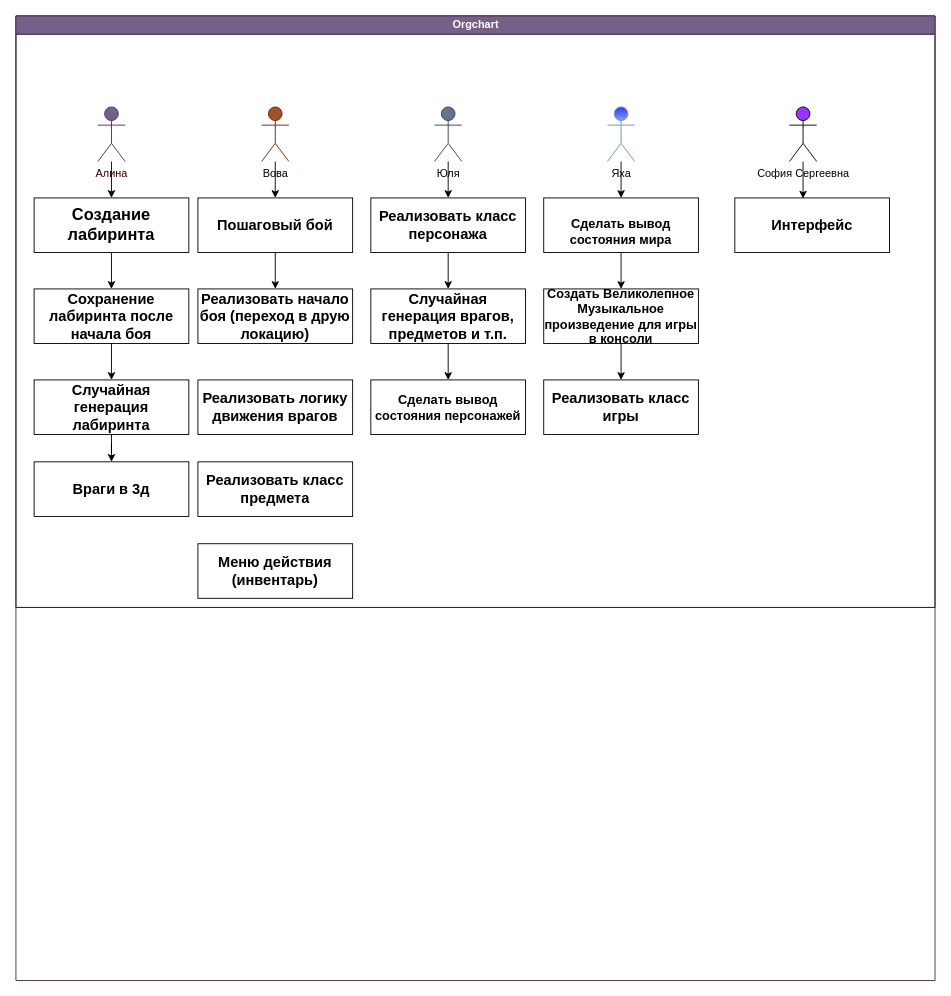
Earlier version of the draw.io diagram Диаграмма без названия.drawio (Mopcs/RogueLike-C-). Source tidied: cells renumbered, new cells numbered last; positions are measured from the earlier drawing's top-left corner, leaving out a move shared by most shapes. Both pictures are drawn from the tidied source at 91%, with x=0, y=0 at pixel (15, 15).
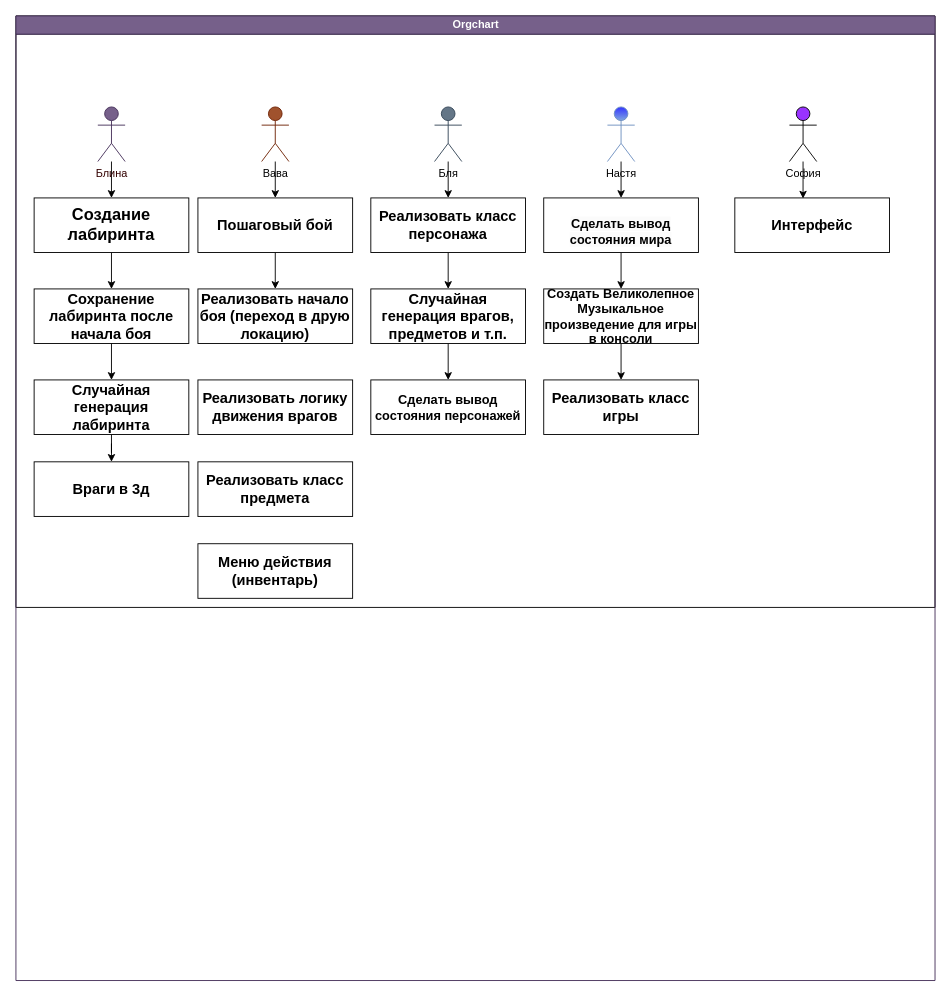
The same page after the edit.

Commit message:
вот они слева направо

The change refers to these unchanged cells:
```xml
<mxCell id="3" value="Orgchart" style="swimlane;html=1;startSize=20;horizontal=1;containerType=tree;glass=0;fillColor=#76608a;fontColor=#ffffff;strokeColor=#432D57;" parent="1" vertex="1">
  <mxGeometry width="1010" height="1060" as="geometry" />
</mxCell>
```

Diff of the diagram source:
```diff
@@
-    <mxCell id="24" value="&lt;font color=&quot;#330000&quot;&gt;Алина&lt;/font&gt;" style="shape=umlActor;verticalLabelPosition=bottom;verticalAlign=top;html=1;outlineConnect=0;fillColor=#76608a;strokeColor=#432D57;fontColor=#ffffff;" parent="3" vertex="1">
+    <mxCell id="24" value="&lt;font color=&quot;#330000&quot;&gt;Блина&lt;/font&gt;" style="shape=umlActor;verticalLabelPosition=bottom;verticalAlign=top;html=1;outlineConnect=0;fillColor=#76608a;strokeColor=#432D57;fontColor=#ffffff;" parent="3" vertex="1">
       <mxGeometry x="90" y="100" width="30" height="60" as="geometry" />
     </mxCell>
@@
-    <mxCell id="26" value="&lt;font color=&quot;#000000&quot;&gt;Вова&lt;/font&gt;" style="shape=umlActor;verticalLabelPosition=bottom;verticalAlign=top;html=1;outlineConnect=0;fillColor=#a0522d;fontColor=#ffffff;strokeColor=#6D1F00;" parent="3" vertex="1">
+    <mxCell id="26" value="&lt;font color=&quot;#000000&quot;&gt;Вава&lt;/font&gt;" style="shape=umlActor;verticalLabelPosition=bottom;verticalAlign=top;html=1;outlineConnect=0;fillColor=#a0522d;fontColor=#ffffff;strokeColor=#6D1F00;" parent="3" vertex="1">
       <mxGeometry x="270" y="100" width="30" height="60" as="geometry" />
     </mxCell>
@@
-    <mxCell id="28" value="&lt;font color=&quot;#000000&quot;&gt;Юля&lt;/font&gt;" style="shape=umlActor;verticalLabelPosition=bottom;verticalAlign=top;html=1;outlineConnect=0;fillColor=#647687;fontColor=#ffffff;strokeColor=#314354;" parent="3" vertex="1">
+    <mxCell id="28" value="&lt;font color=&quot;#000000&quot;&gt;Бля&lt;/font&gt;" style="shape=umlActor;verticalLabelPosition=bottom;verticalAlign=top;html=1;outlineConnect=0;fillColor=#647687;fontColor=#ffffff;strokeColor=#314354;" parent="3" vertex="1">
       <mxGeometry x="460" y="100" width="30" height="60" as="geometry" />
     </mxCell>
@@
-    <mxCell id="30" value="Яха" style="shape=umlActor;verticalLabelPosition=bottom;verticalAlign=top;html=1;outlineConnect=0;fillColor=#3333FF;strokeColor=#6c8ebf;gradientColor=#7ea6e0;" parent="3" vertex="1">
+    <mxCell id="30" value="Настя" style="shape=umlActor;verticalLabelPosition=bottom;verticalAlign=top;html=1;outlineConnect=0;fillColor=#3333FF;strokeColor=#6c8ebf;gradientColor=#7ea6e0;" parent="3" vertex="1">
       <mxGeometry x="650" y="100" width="30" height="60" as="geometry" />
     </mxCell>
@@
-    <mxCell id="33" value="София Сергеевна" style="shape=umlActor;verticalLabelPosition=bottom;verticalAlign=top;html=1;outlineConnect=0;fillColor=#9933FF;" parent="3" vertex="1">
+    <mxCell id="33" value="София" style="shape=umlActor;verticalLabelPosition=bottom;verticalAlign=top;html=1;outlineConnect=0;fillColor=#9933FF;" parent="3" vertex="1">
       <mxGeometry x="850" y="100" width="30" height="60" as="geometry" />
     </mxCell>
```
